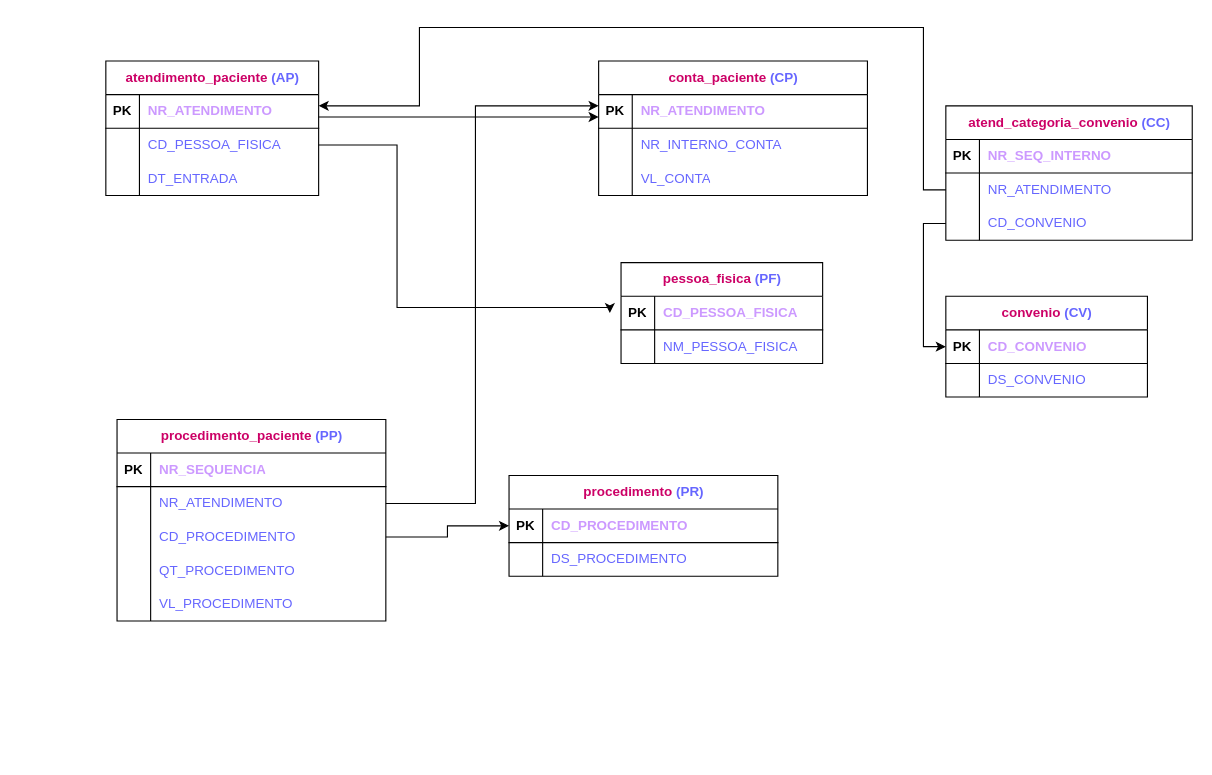
Above: Exercício14.drawio in PatriciaGavloski/diagramas.sql (draw.io), before the change. Source tidied: cells renumbered, new cells numbered last; positions are measured from the earlier drawing's top-left corner, leaving out a move shared by most shapes. Both pictures are drawn from the tidied source at 112%, with x=0, y=0 at pixel (105, 27).
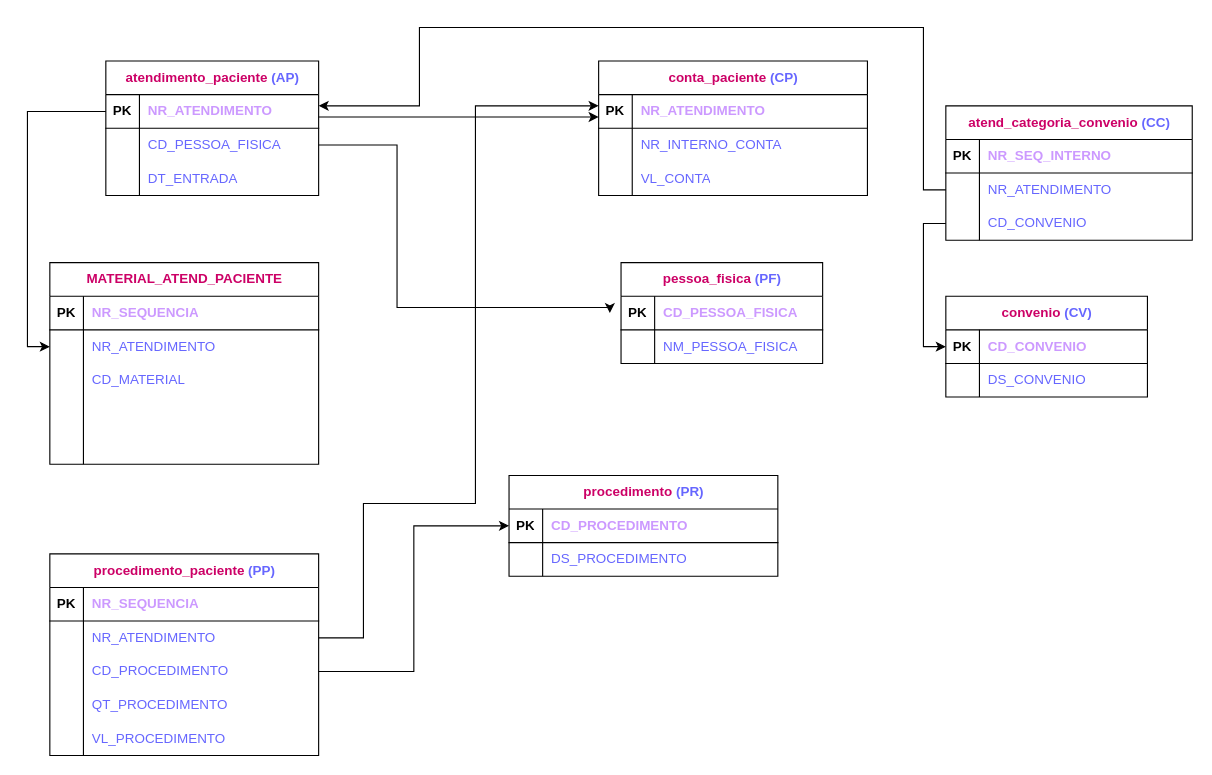
Above is the later version.

Unchanged cells that the change refers to:
```xml
<mxCell id="3" style="shape=tableRow;horizontal=0;startSize=0;swimlaneHead=0;swimlaneBody=0;fillColor=none;points=[[0,0.5],[1,0.5]];portConstraint=eastwest;top=0;left=0;right=0;bottom=1;" parent="2" vertex="1">
  <mxGeometry y="30" width="240" height="30" as="geometry" />
</mxCell>
<mxCell id="13" style="shape=tableRow;horizontal=0;startSize=0;swimlaneHead=0;swimlaneBody=0;fillColor=none;points=[[0,0.5],[1,0.5]];portConstraint=eastwest;top=0;left=0;right=0;bottom=1;" parent="12" vertex="1">
  <mxGeometry y="30" width="190" height="30" as="geometry" />
</mxCell>
<mxCell id="61" style="shape=tableRow;horizontal=0;startSize=0;swimlaneHead=0;swimlaneBody=0;fillColor=none;points=[[0,0.5],[1,0.5]];portConstraint=eastwest;top=0;left=0;right=0;bottom=0;" parent="57" vertex="1">
  <mxGeometry y="60" width="240" height="30" as="geometry" />
</mxCell>
```

The edit, as a diff of the source:
```diff
@@
     <mxCell id="57" value="&lt;font color=&quot;#cc0066&quot;&gt;procedimento_paciente &lt;/font&gt;&lt;font color=&quot;#6666ff&quot;&gt;(PP)&lt;/font&gt;" style="shape=table;startSize=30;childLayout=tableLayout;rowLines=0;fontStyle=1;align=center;html=1;" parent="1" vertex="1">
-      <mxGeometry x="10" y="350" width="240" height="180" as="geometry" />
+      <mxGeometry x="-50" y="470" width="240" height="180" as="geometry" />
     </mxCell>
@@
     <mxCell id="74" style="edgeStyle=orthogonalEdgeStyle;rounded=0;jettySize=auto;html=1;exitX=1;exitY=0.5;exitDx=0;exitDy=0;" parent="1" edge="1" source="61" target="3">
       <mxGeometry relative="1" as="geometry">
         <Array as="points">
+          <mxPoint x="230" y="545" />
+          <mxPoint x="230" y="425" />
           <mxPoint x="330" y="425" />
           <mxPoint x="330" y="70" />
         </Array>
       </mxGeometry>
     </mxCell>
+    <mxCell id="75" value="&lt;font color=&quot;#cc0066&quot;&gt;MATERIAL_ATEND_PACIENTE&lt;/font&gt;" style="shape=table;startSize=30;childLayout=tableLayout;rowLines=0;fontStyle=1;align=center;html=1;" parent="1" vertex="1">
+      <mxGeometry x="-50" y="210" width="240" height="180" as="geometry" />
+    </mxCell>
+    <mxCell id="76" style="shape=tableRow;horizontal=0;startSize=0;swimlaneHead=0;swimlaneBody=0;fillColor=none;top=0;left=0;right=0;bottom=1;" parent="75" vertex="1">
+      <mxGeometry y="30" width="240" height="30" as="geometry" />
+    </mxCell>
+    <mxCell id="77" value="PK" style="shape=partialRectangle;fillColor=none;top=0;left=0;bottom=0;right=0;fontStyle=1;overflow=hidden;whiteSpace=wrap;html=1;" parent="76" vertex="1">
+      <mxGeometry width="30" height="30" as="geometry" />
+    </mxCell>
+    <mxCell id="78" value="&lt;font color=&quot;#cc99ff&quot;&gt;NR_SEQUENCIA&lt;/font&gt;" style="shape=partialRectangle;fillColor=none;top=0;left=0;bottom=0;right=0;align=left;spacingLeft=6;fontStyle=1;overflow=hidden;whiteSpace=wrap;html=1;" parent="76" vertex="1">
+      <mxGeometry x="30" width="210" height="30" as="geometry" />
+    </mxCell>
+    <mxCell id="79" style="shape=tableRow;horizontal=0;startSize=0;swimlaneHead=0;swimlaneBody=0;fillColor=none;points=[[0,0.5],[1,0.5]];portConstraint=eastwest;top=0;left=0;right=0;bottom=0;" parent="75" vertex="1">
+      <mxGeometry y="60" width="240" height="30" as="geometry" />
+    </mxCell>
+    <mxCell id="80" style="shape=partialRectangle;fillColor=none;top=0;left=0;bottom=0;right=0;overflow=hidden;whiteSpace=wrap;html=1;" parent="79" vertex="1">
+      <mxGeometry width="30" height="30" as="geometry" />
+    </mxCell>
+    <mxCell id="81" value="&lt;font color=&quot;#6666ff&quot;&gt;NR_ATENDIMENTO&lt;/font&gt;" style="shape=partialRectangle;fillColor=none;top=0;left=0;bottom=0;right=0;align=left;spacingLeft=6;overflow=hidden;whiteSpace=wrap;html=1;" parent="79" vertex="1">
+      <mxGeometry x="30" width="210" height="30" as="geometry" />
+    </mxCell>
+    <mxCell id="82" style="shape=tableRow;horizontal=0;startSize=0;swimlaneHead=0;swimlaneBody=0;fillColor=none;top=0;left=0;right=0;bottom=0;" parent="75" vertex="1">
+      <mxGeometry y="90" width="240" height="30" as="geometry" />
+    </mxCell>
+    <mxCell id="83" style="shape=partialRectangle;fillColor=none;top=0;left=0;bottom=0;right=0;overflow=hidden;whiteSpace=wrap;html=1;" parent="82" vertex="1">
+      <mxGeometry width="30" height="30" as="geometry" />
+    </mxCell>
+    <mxCell id="84" value="&lt;font color=&quot;#6666ff&quot;&gt;CD_MATERIAL&lt;/font&gt;" style="shape=partialRectangle;fillColor=none;top=0;left=0;bottom=0;right=0;align=left;spacingLeft=6;overflow=hidden;whiteSpace=wrap;html=1;" parent="82" vertex="1">
+      <mxGeometry x="30" width="210" height="30" as="geometry" />
+    </mxCell>
+    <mxCell id="85" style="shape=tableRow;horizontal=0;startSize=0;swimlaneHead=0;swimlaneBody=0;fillColor=none;top=0;left=0;right=0;bottom=0;" parent="75" vertex="1">
+      <mxGeometry y="120" width="240" height="30" as="geometry" />
+    </mxCell>
+    <mxCell id="86" style="shape=partialRectangle;fillColor=none;top=0;left=0;bottom=0;right=0;overflow=hidden;whiteSpace=wrap;html=1;" parent="85" vertex="1">
+      <mxGeometry width="30" height="30" as="geometry" />
+    </mxCell>
+    <mxCell id="87" style="shape=partialRectangle;fillColor=none;top=0;left=0;bottom=0;right=0;align=left;spacingLeft=6;overflow=hidden;whiteSpace=wrap;html=1;fontColor=#000099;" parent="85" vertex="1">
+      <mxGeometry x="30" width="210" height="30" as="geometry" />
+    </mxCell>
+    <mxCell id="88" style="shape=tableRow;horizontal=0;startSize=0;swimlaneHead=0;swimlaneBody=0;fillColor=none;top=0;left=0;right=0;bottom=0;" parent="75" vertex="1">
+      <mxGeometry y="150" width="240" height="30" as="geometry" />
+    </mxCell>
+    <mxCell id="89" style="shape=partialRectangle;fillColor=none;top=0;left=0;bottom=0;right=0;overflow=hidden;whiteSpace=wrap;html=1;" parent="88" vertex="1">
+      <mxGeometry width="30" height="30" as="geometry" />
+    </mxCell>
+    <mxCell id="90" style="shape=partialRectangle;fillColor=none;top=0;left=0;bottom=0;right=0;align=left;spacingLeft=6;overflow=hidden;whiteSpace=wrap;html=1;fontColor=#000099;" parent="88" vertex="1">
+      <mxGeometry x="30" width="210" height="30" as="geometry" />
+    </mxCell>
+    <mxCell id="91" style="edgeStyle=orthogonalEdgeStyle;rounded=0;jettySize=auto;html=1;exitX=0;exitY=0.5;exitDx=0;exitDy=0;entryX=0;entryY=0.5;entryDx=0;entryDy=0;" parent="1" edge="1" source="13" target="79">
+      <mxGeometry relative="1" as="geometry" />
+    </mxCell>
```
